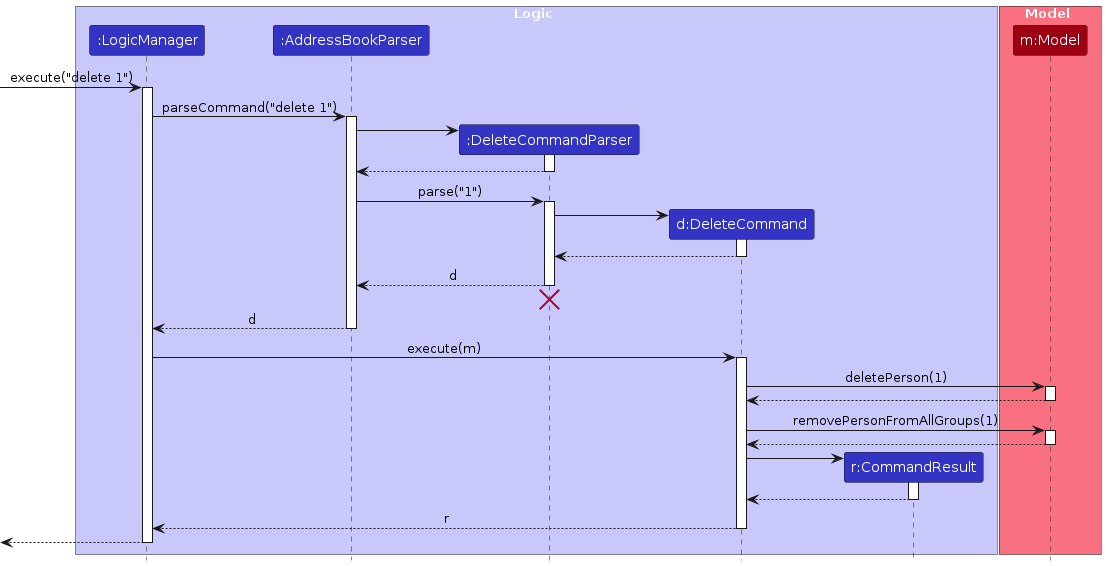
GuoGangQuan/tp keeps this PlantUML diagram as diagrams/DeleteSequenceDiagram.png. Above is the earlier version. Its source is kept beside it as diagrams/DeleteSequenceDiagram.puml.
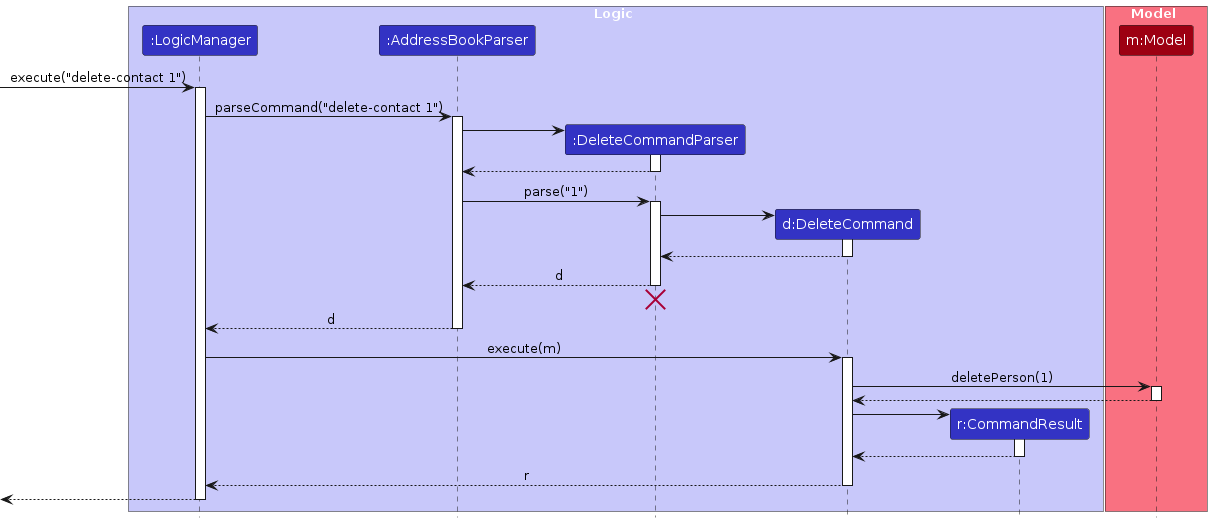
Above is the later version.

What changed in the source:
```diff
@@ -14,10 +14,10 @@
 participant "m:Model" as Model MODEL_COLOR
 end box
 
-[-> LogicManager : execute("delete 1")
+[-> LogicManager : execute("delete-contact 1")
 activate LogicManager
 
-LogicManager -> AddressBookParser : parseCommand("delete 1")
+LogicManager -> AddressBookParser : parseCommand("delete-contact 1")
 activate AddressBookParser
 
 create DeleteCommandParser
@@ -54,12 +54,6 @@
 Model --> DeleteCommand
 deactivate Model
 
-DeleteCommand -> Model : removePersonFromAllGroups(1)
-activate Model
-
-Model --> DeleteCommand
-deactivate Model
-
 create CommandResult
 DeleteCommand -> CommandResult
 activate CommandResult
```
